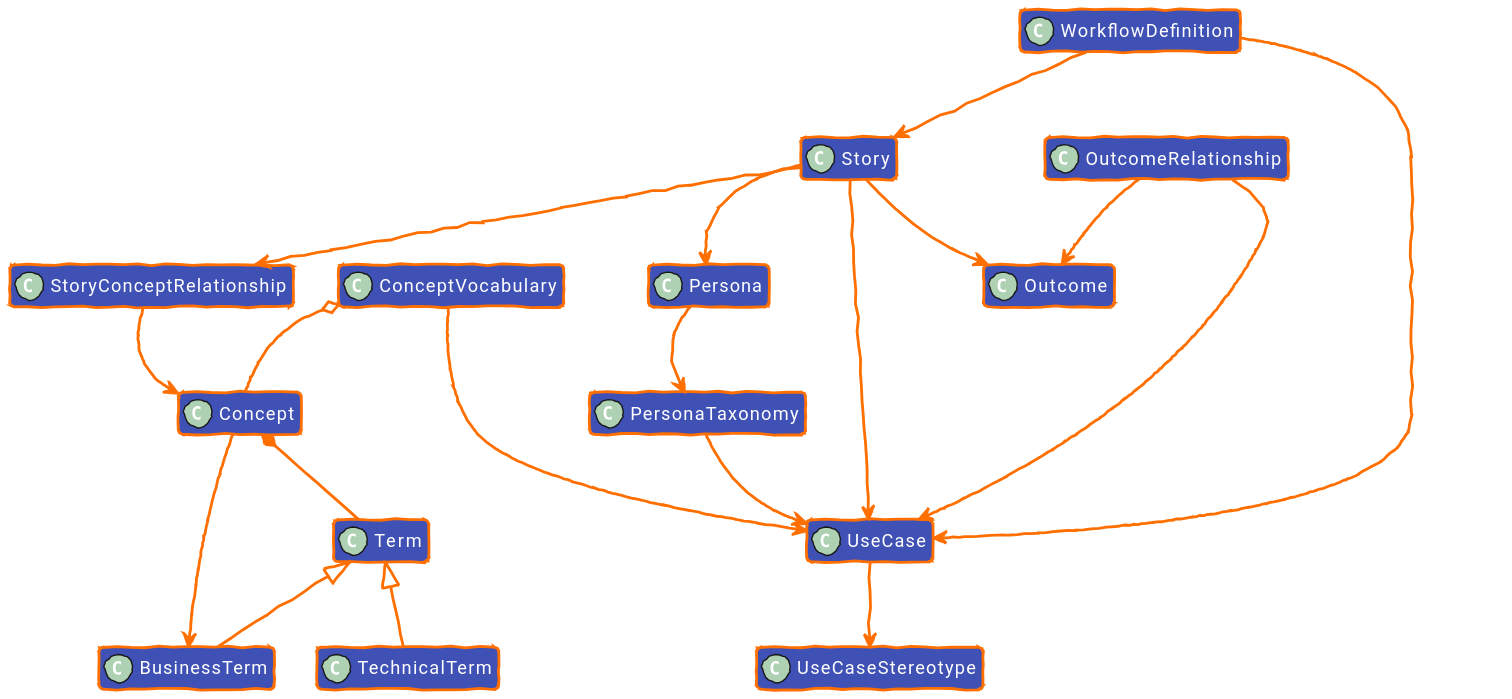
Above: diagrams/out/uctm-use-case_dark.svg in EKGF/ekg-method (PlantUML), before the change. Its diagram source:
```plantuml
@startuml
!option handwritten true
!define BG_MAIN_COLOR      #4051b5
!define BG_SECONDARY_COLOR #4051b5
!define BG_PACKAGE_COLOR   #4051b5
!define BORDER_COLOR       #ff6f00
!define FONT_COLOR         #ffffff
!define ARROW_COLOR        #ff6f00

skinparam backgroundColor transparent

skinparam Padding 2
skinparam RoundCorner 6
skinparam Shadowing false
skinparam HyperlinkUnderline true
skinparam HyperlinkColor #ff6f00
skinparam ranksep 40
skinparam nodesep 30

skinparam Default {
FontName "Roboto"
FontColor FONT_COLOR
FontSize 13
}

skinparam Arrow {
Color ARROW_COLOR
FontColor #ffffff
FontStyle normal
Thickness 2
}

skinparam class {
BackgroundColor BG_MAIN_COLOR
BorderColor BORDER_COLOR
BorderThickness 2
FontColor FONT_COLOR
AttributeFontColor FONT_COLOR
ArrowColor ARROW_COLOR
ArrowThickness 2
}

skinparam package {
FontColor FONT_COLOR
BackgroundColor BG_MAIN_COLOR
BorderColor BORDER_COLOR
}

skinparam state {
BackgroundColor BG_MAIN_COLOR
FontColor FONT_COLOR
AttributeFontColor FONT_COLOR
ArrowColor ARROW_COLOR
BorderColor BORDER_COLOR
BorderThickness 2
StartColor #ffffff
EndColor #ffffff
}

skinparam StateStartColor #ffffff
skinparam StateEndColor #ffffff
skinparam StateStartBackgroundColor #ffffff
skinparam StateEndBackgroundColor #ffffff
skinparam StateStartBorderColor #ffffff
skinparam StateEndBorderColor #ffffff
skinparam StateStartFillColor #ffffff
skinparam StateEndFillColor #ffffff

top to bottom direction
hide members

class "UseCase" as UseCase [[/concept/use-case/#ontology]]
class "UseCaseStereotype" as UseCaseStereotype
class "Story" as Story [[/concept/story/#ontology]]
class "WorkflowDefinition" as WorkflowDefinition [[/concept/workflow/#ontology]]
class "Outcome" as Outcome [[/concept/outcome/#ontology]]
class "OutcomeRelationship" as OutcomeRelationship
class "ConceptVocabulary" as ConceptVocabulary
class "Concept" as Concept [[/concept/concept/#ontology]]
class "Term" as Term [[/concept/term/#ontology]]
class "BusinessTerm" as BusinessTerm
class "TechnicalTerm" as TechnicalTerm
class "Persona" as Persona [[/concept/persona/#ontology]]
class "StoryConceptRelationship" as StoryConceptRelationship
class "PersonaTaxonomy" as PersonaTaxonomy

Term <|-- BusinessTerm
Term <|-- TechnicalTerm

Story "0..*" --> "1" UseCase : :useCase
WorkflowDefinition "0..*" --> "1" UseCase : :useCase
ConceptVocabulary "0..*" --> "1" UseCase : :useCase
OutcomeRelationship "0..*" --> "1" UseCase : :useCase
PersonaTaxonomy "0..1" --> "1" UseCase : :useCase

Concept "1" *-- "1..*" Term : :term
Concept "0..1" --> "1" BusinessTerm : :labelTerm
ConceptVocabulary "1" o-- "0..*" Concept : skos:inScheme

UseCase "0..1" --> "1" UseCaseStereotype : usecase:stereotype
OutcomeRelationship --> Outcome : :targetOutcome

Story --> Persona : :playedBy
Story --> Outcome : :contributesTo
Story "0..*" --> "1" StoryConceptRelationship : :storyConcept
StoryConceptRelationship --> Concept : :concept
WorkflowDefinition --> Story : steps

Persona --> PersonaTaxonomy : skos:inScheme
@enduml
```
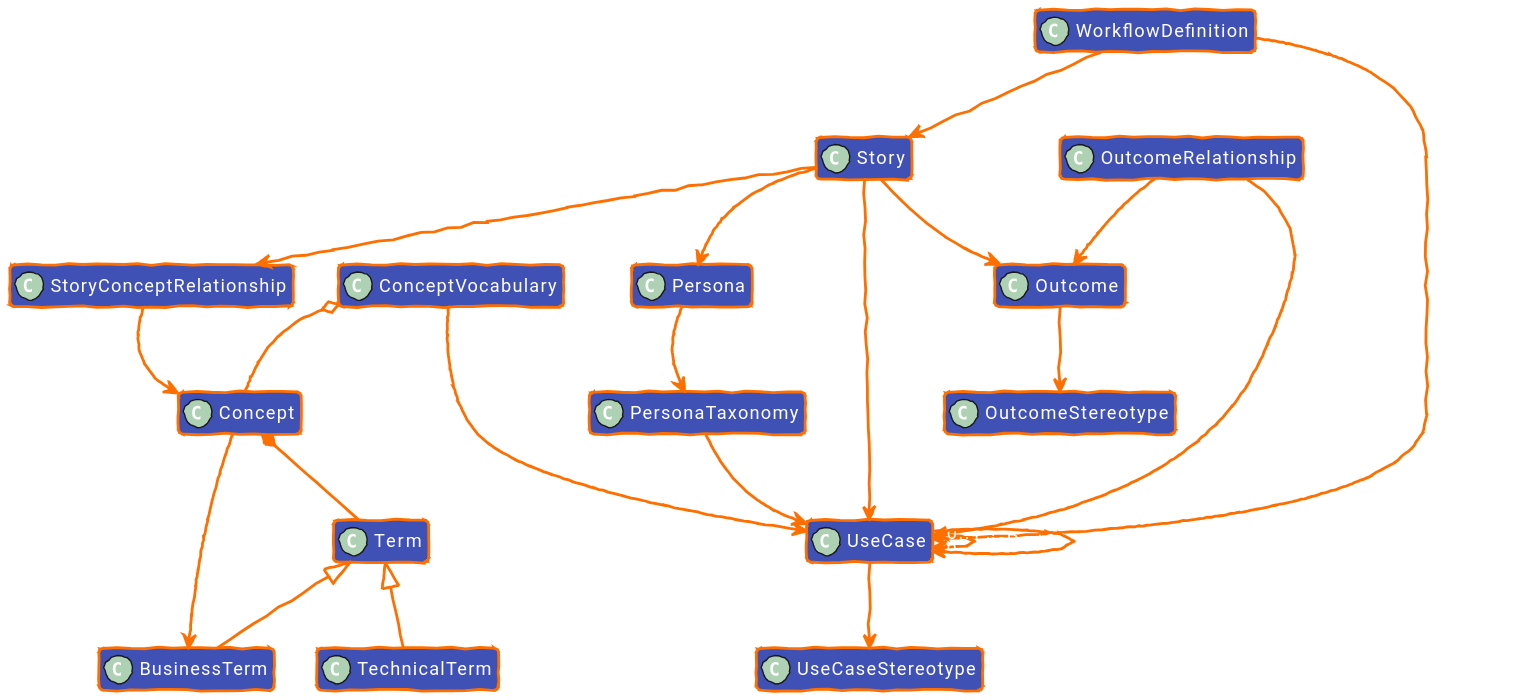
The same file after the commit.

Diff of the diagram source:
```diff
@@ -70,19 +70,20 @@
 hide members
 
 class "UseCase" as UseCase [[/concept/use-case/#ontology]]
-class "UseCaseStereotype" as UseCaseStereotype
+class "UseCaseStereotype" as UseCaseStereotype [[/concept/use-case/use-case-stereotype/#ontology]]
 class "Story" as Story [[/concept/story/#ontology]]
 class "WorkflowDefinition" as WorkflowDefinition [[/concept/workflow/#ontology]]
 class "Outcome" as Outcome [[/concept/outcome/#ontology]]
-class "OutcomeRelationship" as OutcomeRelationship
-class "ConceptVocabulary" as ConceptVocabulary
+class "OutcomeStereotype" as OutcomeStereotype [[/concept/outcome/outcome-stereotype/#ontology]]
+class "OutcomeRelationship" as OutcomeRelationship [[/concept/outcome/outcome-relationship/#ontology]]
+class "ConceptVocabulary" as ConceptVocabulary [[/concept/concept/concept-vocabulary/#ontology]]
 class "Concept" as Concept [[/concept/concept/#ontology]]
 class "Term" as Term [[/concept/term/#ontology]]
-class "BusinessTerm" as BusinessTerm
-class "TechnicalTerm" as TechnicalTerm
+class "BusinessTerm" as BusinessTerm [[/concept/term/business-term/#ontology]]
+class "TechnicalTerm" as TechnicalTerm [[/concept/term/technical-term/#ontology]]
 class "Persona" as Persona [[/concept/persona/#ontology]]
-class "StoryConceptRelationship" as StoryConceptRelationship
-class "PersonaTaxonomy" as PersonaTaxonomy
+class "StoryConceptRelationship" as StoryConceptRelationship [[/concept/concept/story-concept-relationship/#ontology]]
+class "PersonaTaxonomy" as PersonaTaxonomy [[/concept/persona/persona-taxonomy/#ontology]]
 
 Term <|-- BusinessTerm
 Term <|-- TechnicalTerm
@@ -93,11 +94,15 @@
 OutcomeRelationship "0..*" --> "1" UseCase : :useCase
 PersonaTaxonomy "0..1" --> "1" UseCase : :useCase
 
+UseCase "0..*" --> "0..1" UseCase : :isPartOf
+UseCase "0..*" --> "0..*" UseCase : :isUsedIn
+
 Concept "1" *-- "1..*" Term : :term
 Concept "0..1" --> "1" BusinessTerm : :labelTerm
 ConceptVocabulary "1" o-- "0..*" Concept : skos:inScheme
 
 UseCase "0..1" --> "1" UseCaseStereotype : usecase:stereotype
+Outcome "0..1" --> "1" OutcomeStereotype : outcome:stereotype
 OutcomeRelationship --> Outcome : :targetOutcome
 
 Story --> Persona : :playedBy
```
